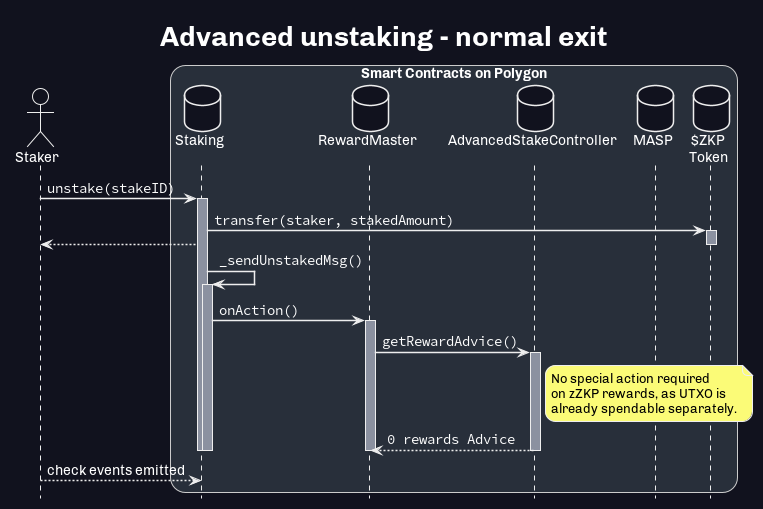
pantherprotocol/panther-core keeps this PlantUML diagram as docs/advanced-staking.normal-exit.png. Above is the earlier version.
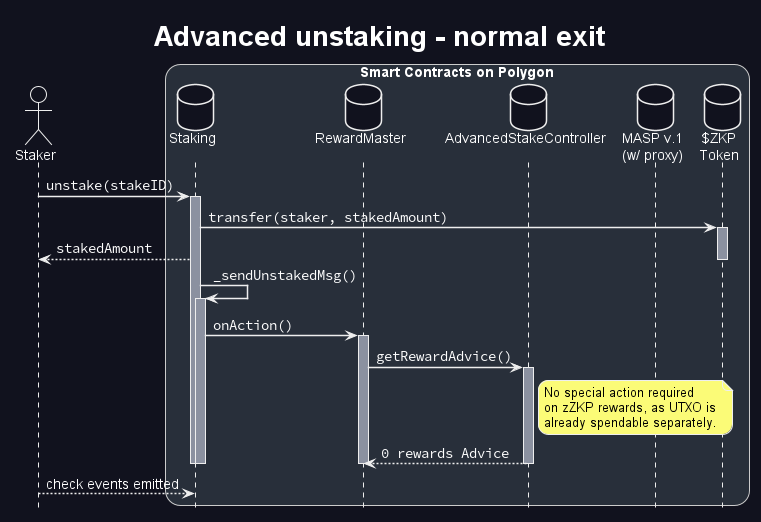
The same diagram one commit later.

Commit message:
more advanced staking diagram updates

Change to the diagram source:
```diff
@@ -10,19 +10,19 @@
 actor "Staker" as staker
 
 box "Smart Contracts on Polygon"
-  database "Staking\n" as Staking
+  database "Staking\n" as staking
   database "RewardMaster\n" as rMaster
   database "AdvancedStakeController\n" as aSCtrl
-  database "MASP\n" as MASP
-  database "$ZKP\nToken" as PZKP
+  database "MASP v.1\n(w/ proxy)" as pool
+  database "$ZKP\nToken" as zkp
 end box
 
-staker -> Staking ++ : ""unstake(stakeID)""
-  Staking -> PZKP ++ : ""transfer(staker, stakedAmount)""
-    Staking --> staker
-  deactivate PZKP
-  Staking -> Staking ++ : ""_sendUnstakedMsg()""
-    Staking -> rMaster ++ : ""onAction()""
+staker -> staking ++ : ""unstake(stakeID)""
+  staking -> zkp ++ : ""transfer(staker, stakedAmount)""
+    staking --> staker : ""stakedAmount""
+  deactivate zkp
+  staking -> staking ++ : ""_sendUnstakedMsg()""
+    staking -> rMaster ++ : ""onAction()""
       rMaster -> aSCtrl ++ : ""getRewardAdvice()""
 note right of aSCtrl
   No special action required
@@ -32,9 +32,9 @@
 
       return ""0 rewards Advice""
     deactivate rMaster
-  deactivate Staking
-deactivate Staking
+  deactivate staking
+deactivate staking
 
-staker --> Staking : check events emitted
+staker --> staking : check events emitted
 
 @enduml
```
